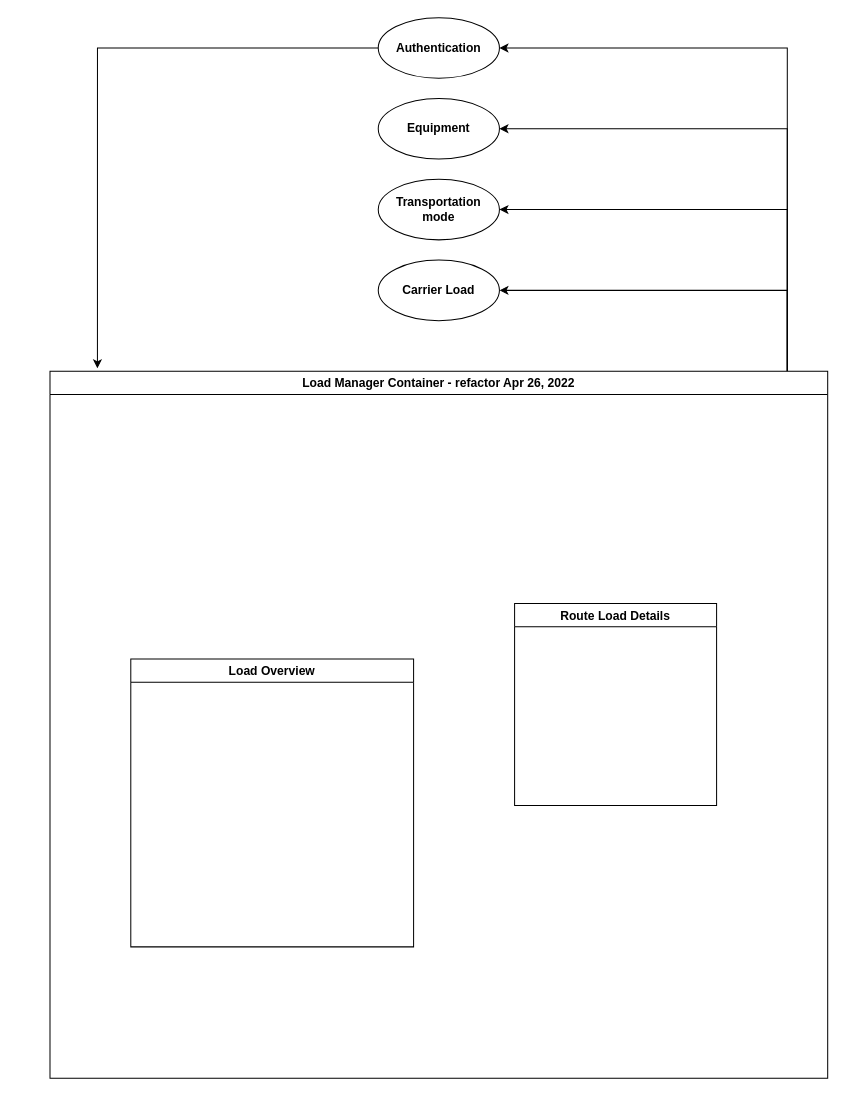
Before: LM Refactor Diagram.drawio in eeevvaaa/drawio, a draw.io diagram. Source tidied: cells renumbered, new cells numbered last; positions are measured from the earlier drawing's top-left corner, leaving out a move shared by most shapes. Both pictures are drawn from the tidied source at 101%, with x=0, y=0 at pixel (49, 17).
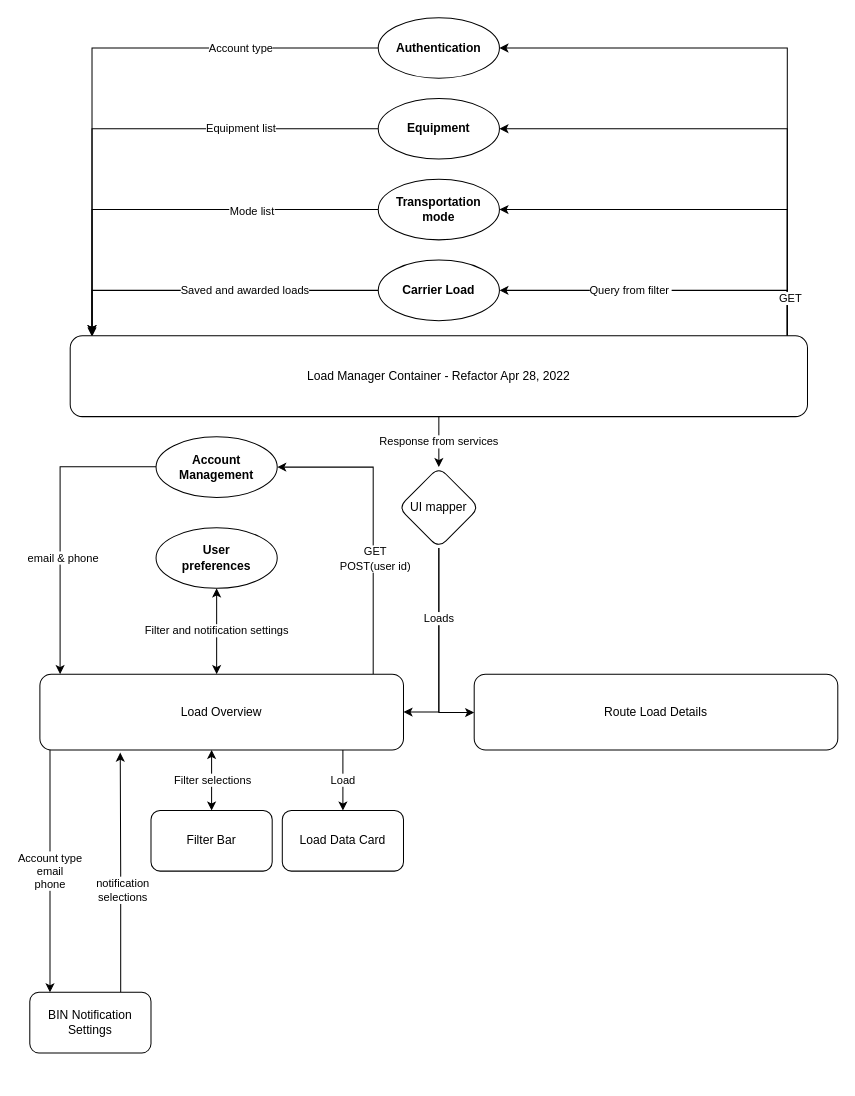
Above is the later version.

Diff of the diagram source:
```diff
@@
-    <mxCell id="2" style="edgeStyle=orthogonalEdgeStyle;rounded=0;jettySize=auto;html=1;" parent="1" edge="1" source="6" target="10">
+    <mxCell id="2" style="edgeStyle=orthogonalEdgeStyle;rounded=0;jettySize=auto;html=1;" parent="1" edge="1" target="10">
       <mxGeometry relative="1" as="geometry">
+        <mxPoint x="730" y="315" as="sourcePoint" />
         <Array as="points">
           <mxPoint x="730" y="30" />
         </Array>
       </mxGeometry>
     </mxCell>
-    <mxCell id="3" style="edgeStyle=orthogonalEdgeStyle;rounded=0;jettySize=auto;html=1;" parent="1" edge="1" source="6" target="11">
+    <mxCell id="3" style="edgeStyle=orthogonalEdgeStyle;rounded=0;jettySize=auto;html=1;" parent="1" edge="1" target="11">
       <mxGeometry relative="1" as="geometry">
+        <mxPoint x="730" y="315" as="sourcePoint" />
         <Array as="points">
           <mxPoint x="730" y="110" />
         </Array>
       </mxGeometry>
     </mxCell>
-    <mxCell id="4" style="edgeStyle=orthogonalEdgeStyle;rounded=0;jettySize=auto;html=1;" parent="1" edge="1" source="6" target="12">
+    <mxCell id="4" style="edgeStyle=orthogonalEdgeStyle;rounded=0;jettySize=auto;html=1;" parent="1" edge="1" target="12">
       <mxGeometry relative="1" as="geometry">
+        <mxPoint x="730" y="315" as="sourcePoint" />
         <Array as="points">
           <mxPoint x="730" y="190" />
         </Array>
       </mxGeometry>
     </mxCell>
-    <mxCell id="5" style="edgeStyle=orthogonalEdgeStyle;rounded=0;jettySize=auto;html=1;" parent="1" edge="1" source="6" target="13">
-      <mxGeometry relative="1" as="geometry">
+    <mxCell id="5" value="Query from filter&amp;nbsp;" style="edgeStyle=orthogonalEdgeStyle;rounded=0;jettySize=auto;html=1;" parent="1" edge="1" target="13">
+      <mxGeometry x="0.21" relative="1" as="geometry">
+        <mxPoint x="730" y="315" as="sourcePoint" />
         <Array as="points">
           <mxPoint x="730" y="270" />
         </Array>
       </mxGeometry>
     </mxCell>
-    <mxCell id="6" value="Load Manager Container - refactor Apr 26, 2022" style="swimlane;" parent="1" vertex="1">
-      <mxGeometry y="350" width="770" height="700" as="geometry" />
-    </mxCell>
+    <mxCell id="14" value="GET" style="edgeLabel;html=1;align=center;verticalAlign=middle;" parent="5" vertex="1">
+      <mxGeometry x="-0.77" y="-2" relative="1" as="geometry" />
+    </mxCell>
+    <mxCell id="15" value="Account type" style="edgeStyle=orthogonalEdgeStyle;rounded=0;jettySize=auto;html=1;exitX=0;exitY=0.5;exitDx=0;exitDy=0;entryX=0.054;entryY=-0.002;entryDx=0;entryDy=0;entryPerimeter=0;" parent="1" edge="1" source="10">
+      <mxGeometry x="-0.52" relative="1" as="geometry">
+        <mxPoint x="41.6" y="313.4" as="targetPoint" />
+        <Array as="points">
+          <mxPoint x="42" y="30" />
+        </Array>
+      </mxGeometry>
+    </mxCell>
+    <mxCell id="10" value="Authentication" style="ellipse;whiteSpace=wrap;html=1;fontStyle=1;startSize=23;" parent="1" vertex="1">
+      <mxGeometry x="325" width="120" height="60" as="geometry" />
+    </mxCell>
+    <mxCell id="16" value="Equipment list" style="edgeStyle=orthogonalEdgeStyle;rounded=0;jettySize=auto;html=1;entryX=0.054;entryY=-0.002;entryDx=0;entryDy=0;entryPerimeter=0;" parent="1" edge="1" source="11">
+      <mxGeometry x="-0.44" relative="1" as="geometry">
+        <mxPoint x="41.6" y="313.4" as="targetPoint" />
+        <Array as="points">
+          <mxPoint x="42" y="110" />
+        </Array>
+      </mxGeometry>
+    </mxCell>
+    <mxCell id="11" value="Equipment" style="ellipse;whiteSpace=wrap;html=1;fontStyle=1;startSize=23;" parent="1" vertex="1">
+      <mxGeometry x="325" y="80" width="120" height="60" as="geometry" />
+    </mxCell>
+    <mxCell id="17" style="edgeStyle=orthogonalEdgeStyle;rounded=0;jettySize=auto;html=1;exitX=0;exitY=0.5;exitDx=0;exitDy=0;entryX=0.054;entryY=-0.002;entryDx=0;entryDy=0;entryPerimeter=0;" parent="1" edge="1" source="12">
+      <mxGeometry relative="1" as="geometry">
+        <mxPoint x="41.6" y="313.4" as="targetPoint" />
+        <Array as="points">
+          <mxPoint x="42" y="190" />
+        </Array>
+      </mxGeometry>
+    </mxCell>
+    <mxCell id="18" value="Mode list" style="edgeLabel;html=1;align=center;verticalAlign=middle;" parent="17" vertex="1">
+      <mxGeometry x="-0.38" y="1" relative="1" as="geometry" />
+    </mxCell>
+    <mxCell id="12" value="Transportation mode" style="ellipse;whiteSpace=wrap;html=1;fontStyle=1;startSize=23;" parent="1" vertex="1">
+      <mxGeometry x="325" y="160" width="120" height="60" as="geometry" />
+    </mxCell>
+    <mxCell id="19" value="Saved and awarded loads" style="edgeStyle=orthogonalEdgeStyle;rounded=0;jettySize=auto;html=1;entryX=0.054;entryY=0.001;entryDx=0;entryDy=0;entryPerimeter=0;" parent="1" edge="1" source="13">
+      <mxGeometry x="-0.2" relative="1" as="geometry">
+        <mxPoint x="41.6" y="315.8" as="targetPoint" />
+        <Array as="points">
+          <mxPoint x="42" y="270" />
+        </Array>
+      </mxGeometry>
+    </mxCell>
+    <mxCell id="13" value="Carrier Load" style="ellipse;whiteSpace=wrap;html=1;fontStyle=1;startSize=23;" parent="1" vertex="1">
+      <mxGeometry x="325" y="240" width="120" height="60" as="geometry" />
+    </mxCell>
+    <mxCell id="20" value="Response from services" style="edgeStyle=orthogonalEdgeStyle;rounded=0;jettySize=auto;html=1;" parent="1" edge="1" source="21" target="37">
+      <mxGeometry relative="1" as="geometry" />
+    </mxCell>
+    <mxCell id="21" value="Load Manager Container - Refactor Apr 28, 2022" style="rounded=1;whiteSpace=wrap;html=1;" parent="1" vertex="1">
+      <mxGeometry x="20" y="315" width="730" height="80" as="geometry" />
+    </mxCell>
+    <mxCell id="22" value="Account&lt;br&gt;Management" style="ellipse;whiteSpace=wrap;html=1;fontStyle=1;startSize=23;" parent="1" vertex="1">
+      <mxGeometry x="105" y="415" width="120" height="60" as="geometry" />
+    </mxCell>
+    <mxCell id="23" style="edgeStyle=orthogonalEdgeStyle;rounded=0;jettySize=auto;html=1;" parent="1" edge="1" target="22">
+      <mxGeometry relative="1" as="geometry">
+        <mxPoint x="320" y="650" as="sourcePoint" />
+        <Array as="points">
+          <mxPoint x="320" y="445" />
+        </Array>
+      </mxGeometry>
+    </mxCell>
+    <mxCell id="24" value="GET&lt;br&gt;POST(user id)" style="edgeLabel;html=1;align=center;verticalAlign=middle;" parent="23" vertex="1">
+      <mxGeometry x="-0.19" y="-1" relative="1" as="geometry">
+        <mxPoint y="7" as="offset" />
+      </mxGeometry>
+    </mxCell>
+    <mxCell id="25" value="User&lt;br&gt;preferences" style="ellipse;whiteSpace=wrap;html=1;fontStyle=1;startSize=23;" parent="1" vertex="1">
+      <mxGeometry x="105" y="505" width="120" height="60" as="geometry" />
+    </mxCell>
+    <mxCell id="26" value="Filter and notification settings" style="endArrow=classic;startArrow=classic;html=1;rounded=0;entryX=0.5;entryY=1;entryDx=0;entryDy=0;exitX=0.5;exitY=0;exitDx=0;exitDy=0;" parent="1" edge="1" target="25">
+      <mxGeometry relative="1" as="geometry">
+        <mxPoint x="165" y="650" as="sourcePoint" />
+      </mxGeometry>
+    </mxCell>
+    <mxCell id="27" style="edgeStyle=orthogonalEdgeStyle;rounded=0;orthogonalLoop=1;jettySize=auto;html=1;exitX=0;exitY=0.5;exitDx=0;exitDy=0;entryX=0.057;entryY=0.001;entryDx=0;entryDy=0;entryPerimeter=0;" parent="1" edge="1">
+      <mxGeometry relative="1" as="geometry">
+        <mxPoint x="105" y="444.6" as="sourcePoint" />
+        <mxPoint x="10" y="650" as="targetPoint" />
+        <Array as="points">
+          <mxPoint x="10" y="444.6" />
+        </Array>
+      </mxGeometry>
+    </mxCell>
+    <mxCell id="28" value="email &amp;amp; phone" style="edgeLabel;html=1;align=center;verticalAlign=middle;" parent="27" vertex="1">
+      <mxGeometry x="0.02" y="2" relative="1" as="geometry">
+        <mxPoint y="32" as="offset" />
+      </mxGeometry>
+    </mxCell>
+    <mxCell id="29" value="Load" style="edgeStyle=orthogonalEdgeStyle;rounded=0;jettySize=auto;html=1;" parent="1" edge="1" source="7" target="30">
+      <mxGeometry relative="1" as="geometry">
+        <Array as="points">
+          <mxPoint x="290" y="755" />
+          <mxPoint x="290" y="755" />
+        </Array>
+      </mxGeometry>
+    </mxCell>
-    <mxCell id="7" value="Load Overview" style="swimlane;" parent="6" vertex="1">
-      <mxGeometry x="80" y="285" width="280" height="285" as="geometry" />
+    <mxCell id="7" value="Load Overview" style="rounded=1;whiteSpace=wrap;html=1;" parent="1" vertex="1">
+      <mxGeometry x="-10" y="650" width="360" height="75" as="geometry" />
     </mxCell>
+    <mxCell id="30" value="Load Data Card" style="whiteSpace=wrap;html=1;rounded=1;" parent="1" vertex="1">
+      <mxGeometry x="230" y="785" width="120" height="60" as="geometry" />
+    </mxCell>
+    <mxCell id="31" value="Filter Bar" style="whiteSpace=wrap;html=1;rounded=1;" parent="1" vertex="1">
+      <mxGeometry x="100" y="785" width="120" height="60" as="geometry" />
+    </mxCell>
+    <mxCell id="32" style="edgeStyle=orthogonalEdgeStyle;rounded=0;jettySize=auto;html=1;exitX=0.75;exitY=0;exitDx=0;exitDy=0;entryX=0.221;entryY=1.035;entryDx=0;entryDy=0;entryPerimeter=0;" parent="1" edge="1" source="34" target="7">
+      <mxGeometry relative="1" as="geometry" />
+    </mxCell>
+    <mxCell id="33" value="notification&lt;br&gt;selections" style="edgeLabel;html=1;align=center;verticalAlign=middle;" parent="32" vertex="1">
+      <mxGeometry x="-0.15" y="-1" relative="1" as="geometry">
+        <mxPoint y="-1" as="offset" />
+      </mxGeometry>
+    </mxCell>
+    <mxCell id="34" value="BIN Notification Settings" style="whiteSpace=wrap;html=1;rounded=1;" parent="1" vertex="1">
+      <mxGeometry x="-20" y="965" width="120" height="60" as="geometry" />
+    </mxCell>
+    <mxCell id="35" value="Account type&lt;br&gt;email&lt;br&gt;phone" style="edgeStyle=orthogonalEdgeStyle;rounded=0;jettySize=auto;html=1;" parent="1" edge="1" source="7" target="34">
+      <mxGeometry relative="1" as="geometry">
+        <Array as="points">
+          <mxPoint y="845" />
+          <mxPoint y="845" />
+        </Array>
+      </mxGeometry>
+    </mxCell>
+    <mxCell id="36" style="edgeStyle=orthogonalEdgeStyle;rounded=0;jettySize=auto;html=1;" parent="1" edge="1" source="37" target="8">
+      <mxGeometry relative="1" as="geometry">
+        <Array as="points">
+          <mxPoint x="385" y="688" />
+        </Array>
+      </mxGeometry>
+    </mxCell>
+    <mxCell id="37" value="UI mapper" style="rhombus;whiteSpace=wrap;html=1;rounded=1;" parent="1" vertex="1">
+      <mxGeometry x="345" y="445" width="80" height="80" as="geometry" />
+    </mxCell>
+    <mxCell id="38" style="endArrow=classic;startArrow=classic;html=1;rounded=0;exitX=0.5;exitY=0;exitDx=0;exitDy=0;" parent="1" edge="1" source="31">
+      <mxGeometry relative="1" as="geometry">
+        <mxPoint x="160" y="725" as="targetPoint" />
+      </mxGeometry>
+    </mxCell>
+    <mxCell id="39" value="Filter selections" style="edgeLabel;html=1;align=center;verticalAlign=middle;" parent="38" vertex="1">
+      <mxGeometry x="-0.15" y="-1" relative="1" as="geometry">
+        <mxPoint x="-1" y="-5" as="offset" />
+      </mxGeometry>
+    </mxCell>
-    <mxCell id="8" value="Route Load Details" style="swimlane;" parent="6" vertex="1">
-      <mxGeometry x="460" y="230" width="200" height="200" as="geometry" />
+    <mxCell id="8" value="Route Load Details" style="whiteSpace=wrap;html=1;rounded=1;" parent="1" vertex="1">
+      <mxGeometry x="420" y="650" width="360" height="75" as="geometry" />
     </mxCell>
-    <mxCell id="9" style="edgeStyle=orthogonalEdgeStyle;rounded=0;jettySize=auto;html=1;entryX=0.061;entryY=-0.004;entryDx=0;entryDy=0;entryPerimeter=0;" parent="1" edge="1" source="10" target="6">
-      <mxGeometry relative="1" as="geometry">
-        <Array as="points">
-          <mxPoint x="47" y="30" />
-        </Array>
-      </mxGeometry>
-    </mxCell>
-    <mxCell id="10" value="Authentication" style="ellipse;whiteSpace=wrap;html=1;fontStyle=1;startSize=23;" parent="1" vertex="1">
-      <mxGeometry x="325" width="120" height="60" as="geometry" />
-    </mxCell>
-    <mxCell id="11" value="Equipment" style="ellipse;whiteSpace=wrap;html=1;fontStyle=1;startSize=23;" parent="1" vertex="1">
-      <mxGeometry x="325" y="80" width="120" height="60" as="geometry" />
-    </mxCell>
-    <mxCell id="12" value="Transportation mode" style="ellipse;whiteSpace=wrap;html=1;fontStyle=1;startSize=23;" parent="1" vertex="1">
-      <mxGeometry x="325" y="160" width="120" height="60" as="geometry" />
-    </mxCell>
-    <mxCell id="13" value="Carrier Load" style="ellipse;whiteSpace=wrap;html=1;fontStyle=1;startSize=23;" parent="1" vertex="1">
-      <mxGeometry x="325" y="240" width="120" height="60" as="geometry" />
-    </mxCell>
+    <mxCell id="40" value="Loads" style="edgeStyle=orthogonalEdgeStyle;rounded=0;jettySize=auto;html=1;exitX=0.5;exitY=1;exitDx=0;exitDy=0;entryX=1;entryY=0.5;entryDx=0;entryDy=0;" parent="1" edge="1" source="37" target="7">
+      <mxGeometry x="-0.29" relative="1" as="geometry" />
+    </mxCell>
```
